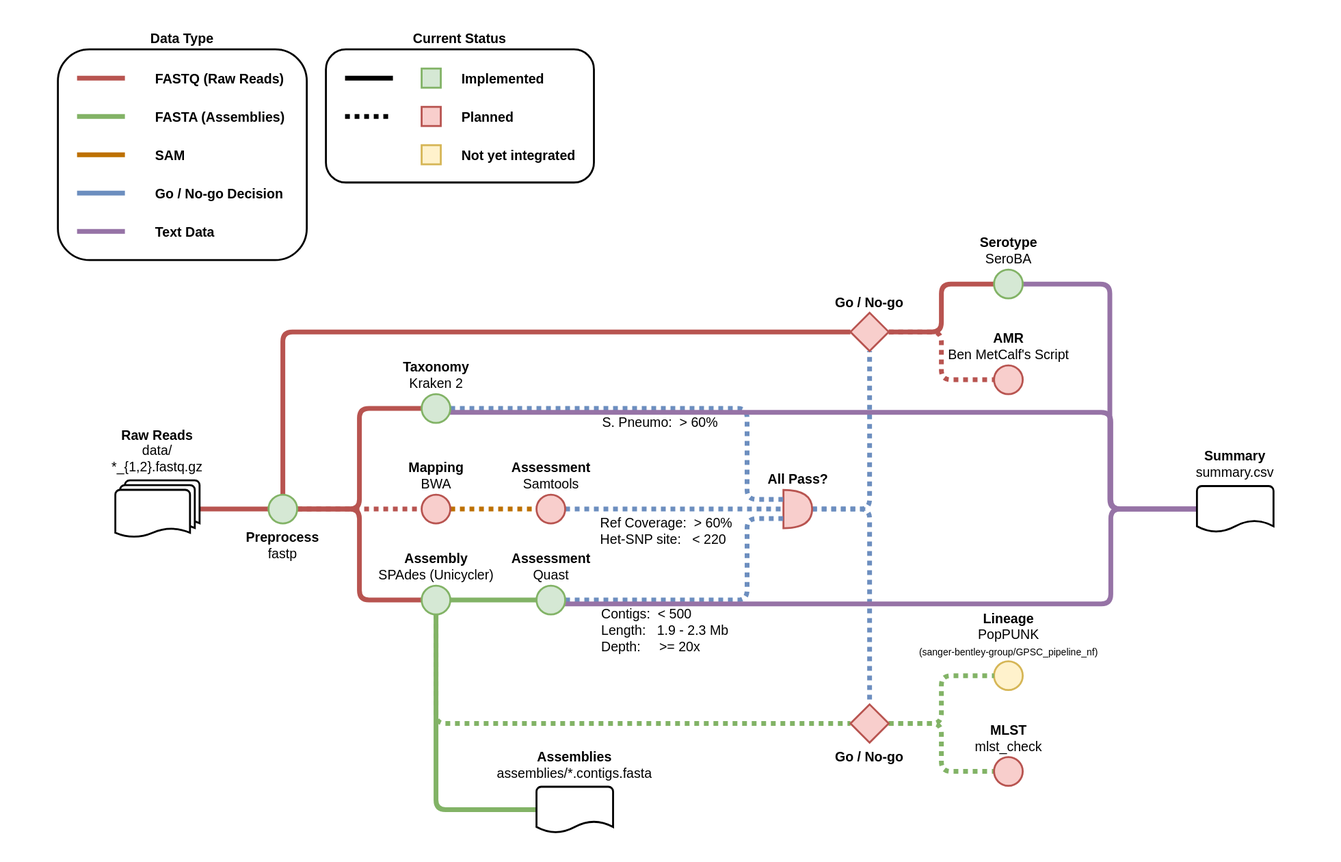
Above: doc/workflow.drawio.svg in sanger-bentley-group/gps-pipeline (draw.io), before the change. Source tidied: cells renumbered, new cells last; positions are measured from the earlier drawing's top-left corner, leaving out a move shared by most shapes.
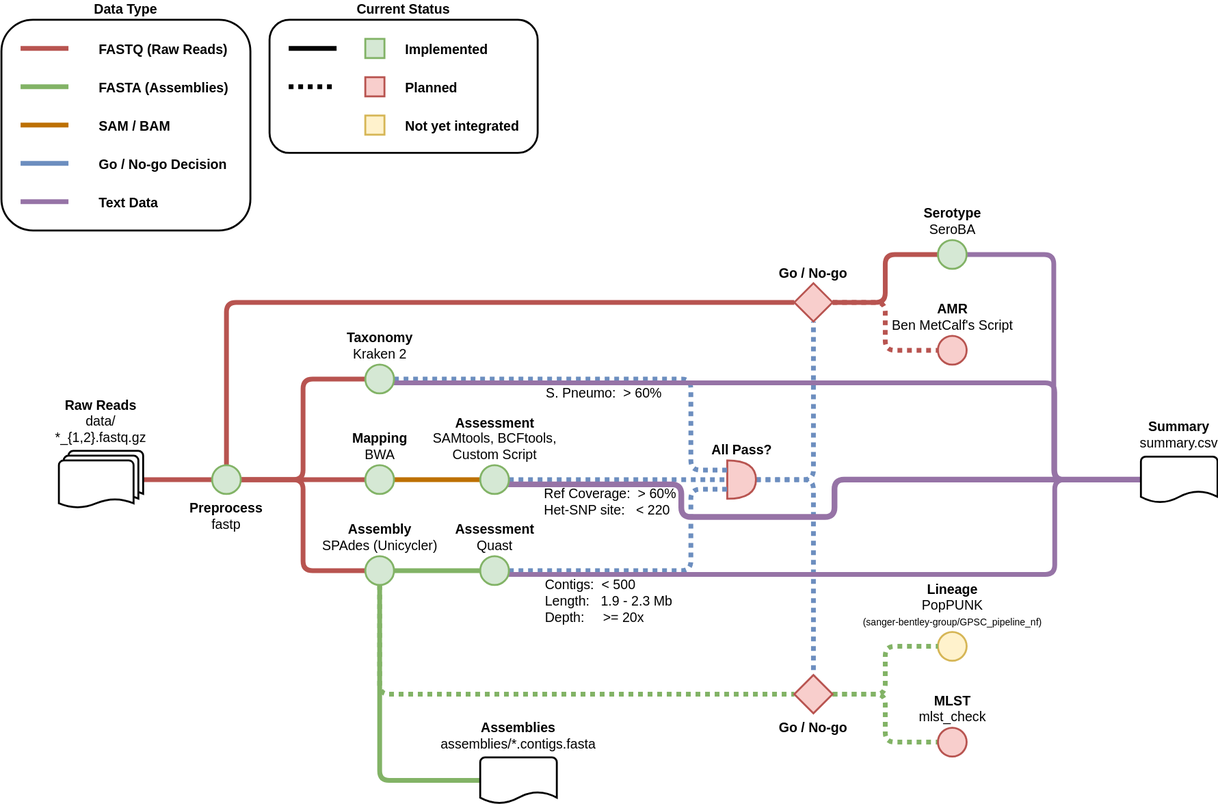
The same file after the commit.

Diff of the diagram source:
```diff
@@ -2,9 +2,6 @@
   <root>
     <mxCell id="0" />
     <mxCell id="1" parent="0" />
-    <mxCell id="2" style="rounded=0;whiteSpace=wrap;html=1;strokeColor=none;fillColor=default;gradientColor=none;" parent="1" vertex="1">
-      <mxGeometry width="1400" height="899" as="geometry" />
-    </mxCell>
     <mxCell id="3" value="&lt;b style=&quot;font-size: 14px;&quot;&gt;Current Status&lt;/b&gt;" style="rounded=1;whiteSpace=wrap;html=1;strokeWidth=2;fillColor=none;labelPosition=center;verticalLabelPosition=top;align=center;verticalAlign=bottom;fontSize=14;" parent="1" vertex="1">
       <mxGeometry x="340" y="51" width="280" height="139" as="geometry" />
     </mxCell>
@@ -20,7 +17,7 @@
     <mxCell id="7" style="edgeStyle=orthogonalEdgeStyle;jettySize=auto;html=1;entryX=0;entryY=0.5;entryDx=0;entryDy=0;strokeWidth=5;startArrow=none;startFill=0;endArrow=none;endFill=0;fillColor=#f8cecc;strokeColor=#b85450;rounded=1;" parent="1" edge="1" source="40" target="15">
       <mxGeometry relative="1" as="geometry" />
     </mxCell>
-    <mxCell id="8" style="edgeStyle=orthogonalEdgeStyle;rounded=1;jettySize=auto;html=1;strokeWidth=5;startArrow=none;startFill=0;endArrow=none;endFill=0;fillColor=#f8cecc;strokeColor=#b85450;dashed=1;dashPattern=1 1;" parent="1" edge="1" source="40" target="17">
+    <mxCell id="8" style="edgeStyle=orthogonalEdgeStyle;rounded=1;jettySize=auto;html=1;strokeWidth=5;startArrow=none;startFill=0;endArrow=none;endFill=0;fillColor=#f8cecc;strokeColor=#b85450;" parent="1" edge="1" source="40" target="17">
       <mxGeometry relative="1" as="geometry" />
     </mxCell>
     <mxCell id="9" style="edgeStyle=orthogonalEdgeStyle;rounded=1;jettySize=auto;html=1;entryX=0;entryY=0.5;entryDx=0;entryDy=0;strokeWidth=5;startArrow=none;startFill=0;endArrow=none;endFill=0;fillColor=#f8cecc;strokeColor=#b85450;" parent="1" edge="1" source="40" target="24">
@@ -53,10 +50,10 @@
     <mxCell id="15" value="&lt;b style=&quot;font-size: 14px;&quot;&gt;Assembly&lt;/b&gt;&lt;br style=&quot;font-size: 14px;&quot;&gt;SPAdes (Unicycler)" style="ellipse;html=1;strokeWidth=2;labelPosition=center;verticalLabelPosition=top;align=center;verticalAlign=bottom;fillColor=#d5e8d4;strokeColor=#82b366;rounded=1;fontSize=14;" parent="1" vertex="1">
       <mxGeometry x="440" y="611" width="30" height="30" as="geometry" />
     </mxCell>
-    <mxCell id="16" style="edgeStyle=orthogonalEdgeStyle;rounded=1;jettySize=auto;html=1;entryX=0;entryY=0.5;entryDx=0;entryDy=0;strokeWidth=5;startArrow=none;startFill=0;endArrow=none;endFill=0;startSize=20;fillColor=#f0a30a;strokeColor=#BD7000;dashed=1;dashPattern=1 1;" parent="1" edge="1" source="17" target="35">
+    <mxCell id="16" style="edgeStyle=orthogonalEdgeStyle;rounded=1;jettySize=auto;html=1;entryX=0;entryY=0.5;entryDx=0;entryDy=0;strokeWidth=5;startArrow=none;startFill=0;endArrow=none;endFill=0;startSize=20;fillColor=#f0a30a;strokeColor=#BD7000;" parent="1" edge="1" source="17" target="35">
       <mxGeometry relative="1" as="geometry" />
     </mxCell>
-    <mxCell id="17" value="&lt;b style=&quot;font-size: 14px&quot;&gt;Mapping&lt;/b&gt;&lt;br style=&quot;font-size: 14px&quot;&gt;BWA" style="ellipse;html=1;strokeWidth=2;labelPosition=center;verticalLabelPosition=top;align=center;verticalAlign=bottom;fillColor=#f8cecc;strokeColor=#b85450;rounded=1;fontSize=14;" parent="1" vertex="1">
+    <mxCell id="17" value="&lt;b style=&quot;font-size: 14px&quot;&gt;Mapping&lt;/b&gt;&lt;br style=&quot;font-size: 14px&quot;&gt;BWA" style="ellipse;html=1;strokeWidth=2;labelPosition=center;verticalLabelPosition=top;align=center;verticalAlign=bottom;fillColor=#d5e8d4;strokeColor=#82b366;rounded=1;fontSize=14;" parent="1" vertex="1">
       <mxGeometry x="440" y="516" width="30" height="30" as="geometry" />
     </mxCell>
     <mxCell id="18" style="edgeStyle=orthogonalEdgeStyle;rounded=1;jettySize=auto;html=1;entryX=0.5;entryY=1;entryDx=0;entryDy=0;entryPerimeter=0;dashed=1;dashPattern=1 1;strokeWidth=5;endArrow=none;endFill=0;fillColor=#dae8fc;strokeColor=#6c8ebf;" parent="1" edge="1" source="20" target="43">
@@ -133,20 +130,36 @@
         <mxPoint x="130" y="161" as="targetPoint" />
       </mxGeometry>
     </mxCell>
-    <mxCell id="32" value="SAM" style="edgeLabel;html=1;align=left;verticalAlign=middle;fontStyle=1;labelBackgroundColor=none;rounded=1;fontSize=14;" parent="31" vertex="1">
+    <mxCell id="32" value="SAM / BAM" style="edgeLabel;html=1;align=left;verticalAlign=middle;fontStyle=1;labelBackgroundColor=none;rounded=1;fontSize=14;" parent="31" vertex="1">
       <mxGeometry x="0.4" relative="1" as="geometry">
         <mxPoint x="45" as="offset" />
       </mxGeometry>
     </mxCell>
     <mxCell id="33" style="edgeStyle=orthogonalEdgeStyle;rounded=1;jettySize=auto;html=1;entryX=0;entryY=0.5;entryDx=0;entryDy=0;entryPerimeter=0;strokeWidth=5;startArrow=none;startFill=0;endArrow=none;endFill=0;startSize=20;fillColor=#dae8fc;strokeColor=#6c8ebf;dashed=1;dashPattern=1 1;" parent="1" edge="1" source="35" target="20">
-      <mxGeometry relative="1" as="geometry" />
+      <mxGeometry relative="1" as="geometry">
+        <Array as="points">
+          <mxPoint x="780" y="531" />
+          <mxPoint x="780" y="531" />
+        </Array>
+      </mxGeometry>
     </mxCell>
     <mxCell id="34" value="Ref Coverage:  &gt; 60%&#10;Het-SNP site:   &lt; 220" style="edgeLabel;align=left;verticalAlign=top;labelBackgroundColor=none;rounded=1;fontSize=14;" parent="33" vertex="1">
       <mxGeometry x="-0.18" y="-3" relative="1" as="geometry">
         <mxPoint x="-59" y="-3" as="offset" />
       </mxGeometry>
     </mxCell>
+    <mxCell id="63" style="edgeStyle=orthogonalEdgeStyle;html=1;fillColor=#e1d5e7;strokeColor=#9673a6;strokeWidth=6;endArrow=none;endFill=0;" parent="1" edge="1" source="35">
+      <mxGeometry relative="1" as="geometry">
+        <mxPoint x="1250" y="531" as="targetPoint" />
+        <Array as="points">
+          <mxPoint x="770" y="536" />
+          <mxPoint x="770" y="570" />
+          <mxPoint x="930" y="570" />
+          <mxPoint x="930" y="531" />
+        </Array>
+      </mxGeometry>
+    </mxCell>
-    <mxCell id="35" value="&lt;b style=&quot;font-size: 14px;&quot;&gt;Assessment&lt;br style=&quot;font-size: 14px;&quot;&gt;&lt;/b&gt;Samtools" style="ellipse;html=1;strokeWidth=2;labelPosition=center;verticalLabelPosition=top;align=center;verticalAlign=bottom;fillColor=#f8cecc;strokeColor=#b85450;rounded=1;fontSize=14;" parent="1" vertex="1">
+    <mxCell id="35" value="&lt;b style=&quot;font-size: 14px&quot;&gt;Assessment&lt;br style=&quot;font-size: 14px&quot;&gt;&lt;/b&gt;SAMtools, BCFtools,&lt;br&gt;Custom Script" style="ellipse;html=1;strokeWidth=2;labelPosition=center;verticalLabelPosition=top;align=center;verticalAlign=bottom;fillColor=#d5e8d4;strokeColor=#82b366;rounded=1;fontSize=14;" parent="1" vertex="1">
       <mxGeometry x="560" y="516" width="30" height="30" as="geometry" />
     </mxCell>
     <mxCell id="36" style="endArrow=none;html=1;rounded=1;strokeWidth=5;fillColor=#dae8fc;strokeColor=#6c8ebf;" parent="1" edge="1">
```
